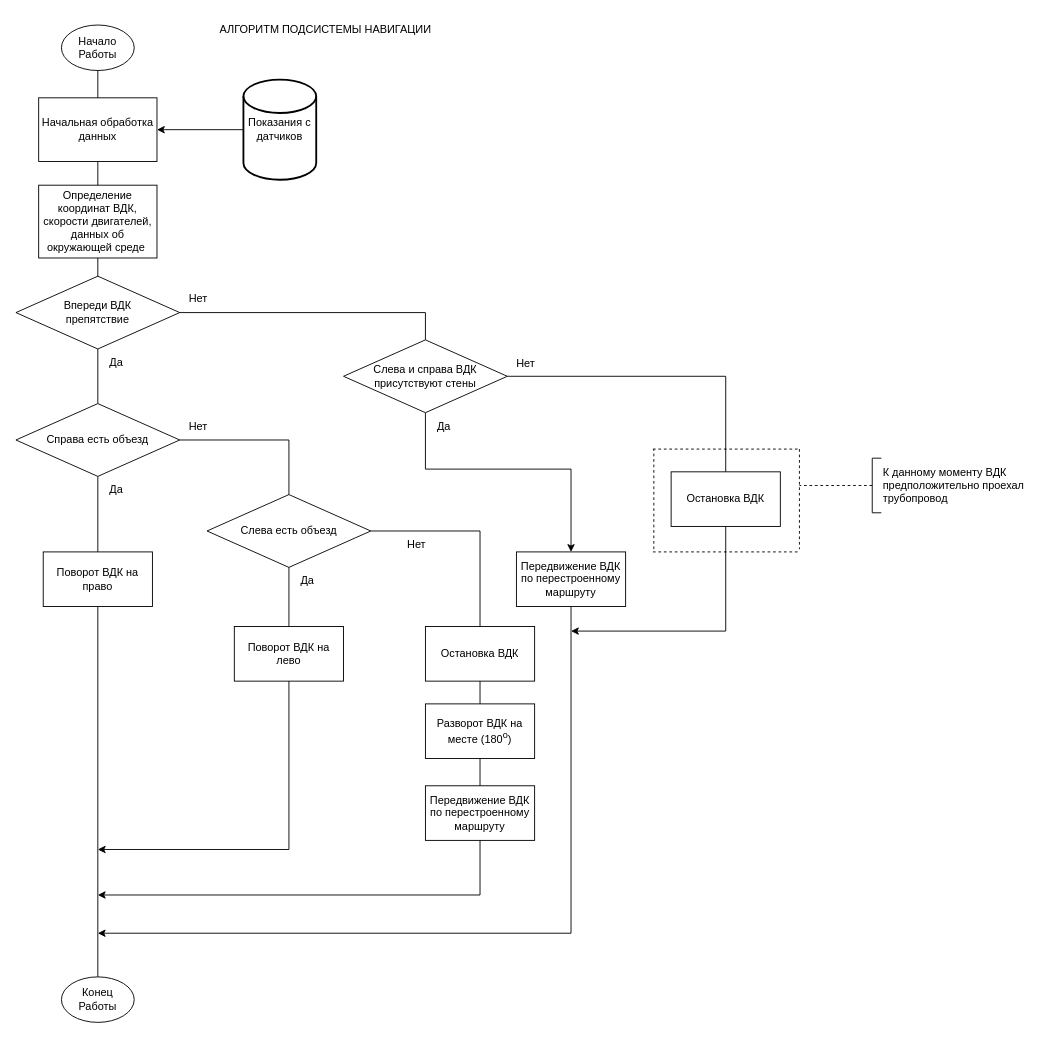
Before: Наработки/Блок-схемы/Untitled Diagram.drawio in AlexRussellGit/VKR---Russell-Alexander, a draw.io diagram. Source tidied: cells renumbered, new cells numbered last; positions are measured from the earlier drawing's top-left corner, leaving out a move shared by most shapes. Both pictures are drawn from the tidied source at 91%, with x=0, y=0 at pixel (15, 15).
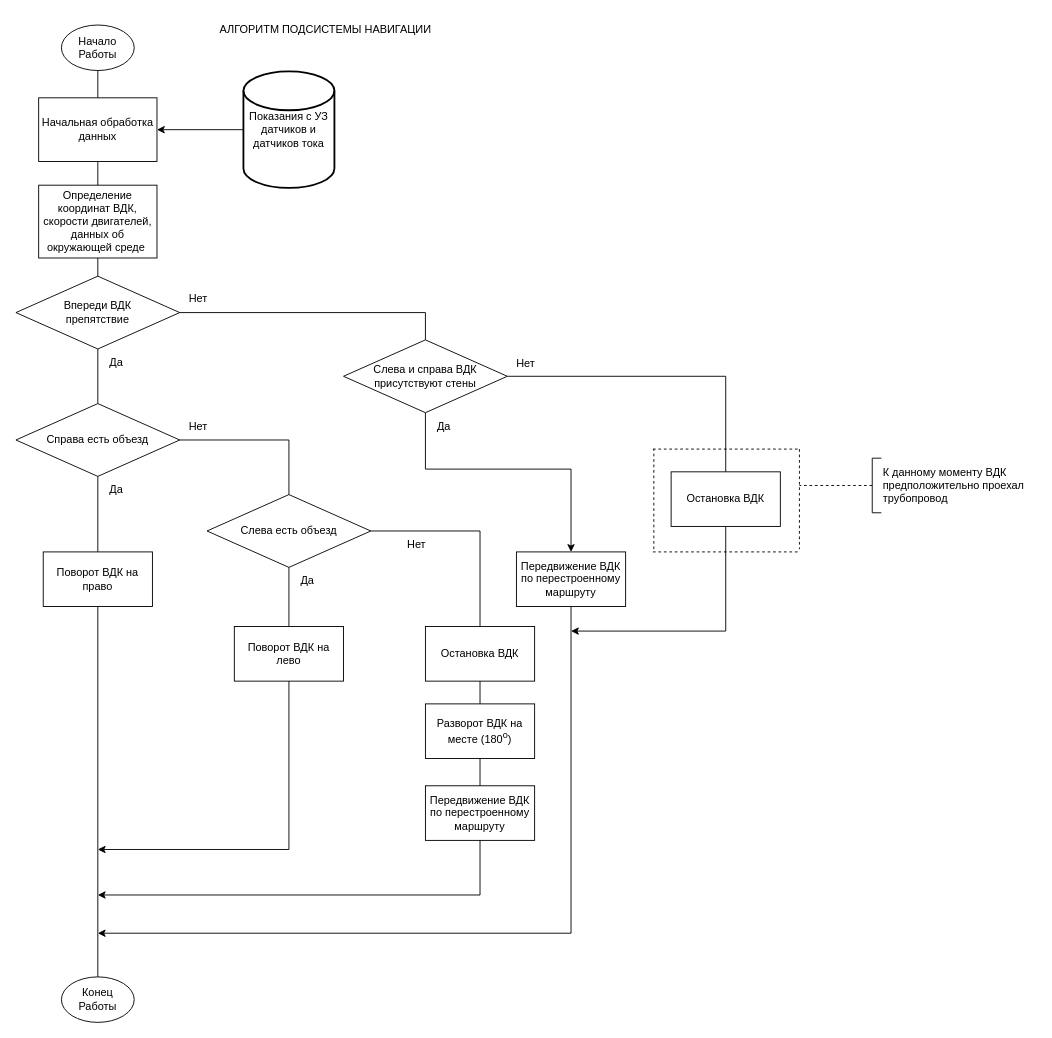
Above is the later version.

What changed in the source:
```diff
@@
-    <mxCell id="5" value="Показания с датчиков" style="strokeWidth=2;html=1;shape=mxgraph.flowchart.database;whiteSpace=wrap;" parent="1" vertex="1">
-      <mxGeometry x="250" y="70" width="80" height="110" as="geometry" />
+    <mxCell id="5" value="Показания с УЗ датчиков и датчиков тока" style="strokeWidth=2;html=1;shape=mxgraph.flowchart.database;whiteSpace=wrap;" parent="1" vertex="1">
+      <mxGeometry x="250" y="61" width="100" height="128" as="geometry" />
     </mxCell>
```
